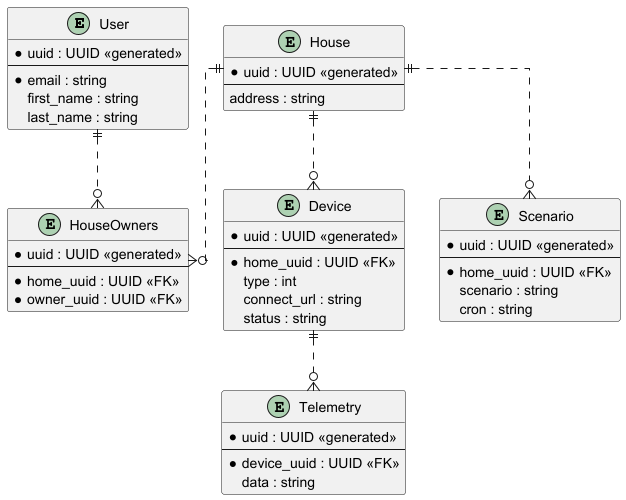
This is smart-home-to-be/er-diagram.png from zalivochkin/architecture-sprint-3, a PlantUML export, as it was before one commit.
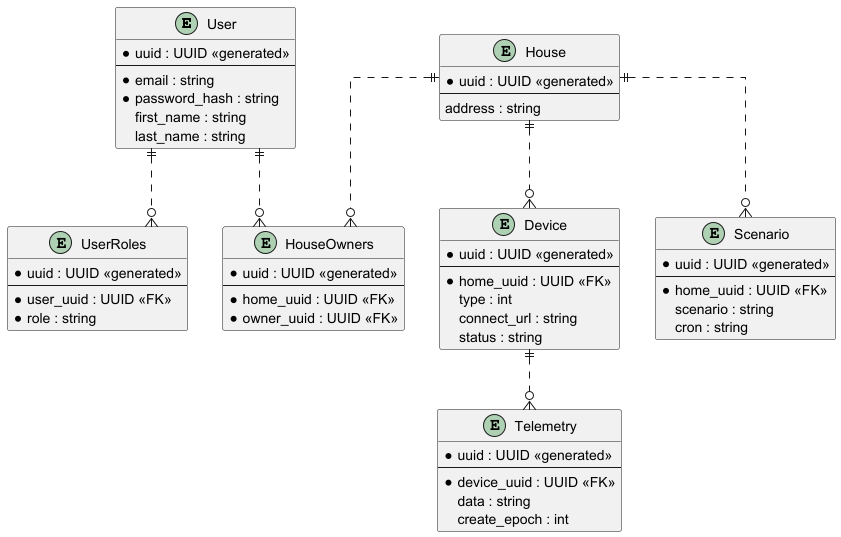
Later version of the same file.

What changed in the source:
```diff
@@ -6,8 +6,16 @@
   *uuid : UUID <<generated>>
   --
   *email : string
+  *password_hash : string
   first_name : string
   last_name : string
+}
+
+entity UserRoles {
+  *uuid : UUID <<generated>>
+  --
+  *user_uuid : UUID <<FK>>
+  *role : string
 }
 
 entity House {
@@ -45,9 +53,11 @@
   --
   *device_uuid : UUID <<FK>>
   data : string
+  create_epoch : int
 }
 
 User ||..o{ HouseOwners
+User ||..o{ UserRoles
 House ||..o{ HouseOwners
 House ||..o{ Device
 House ||..o{ Scenario
```
